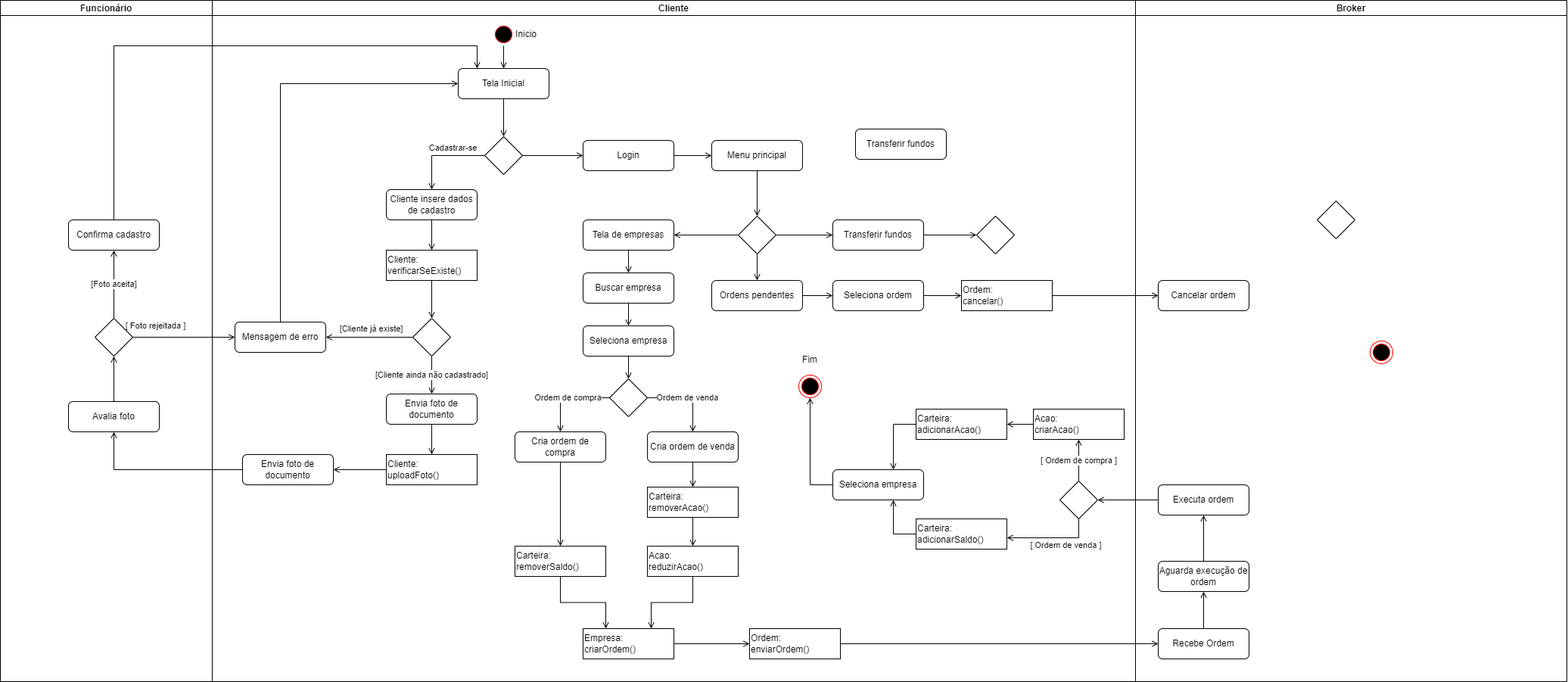
Earlier version of the draw.io export DiagramaAtividades.drawio.png (EijiDogen/FEI_MDSMarket). Source tidied: cells renumbered, new cells last; positions are measured from the earlier drawing's top-left corner, leaving out a move shared by most shapes.
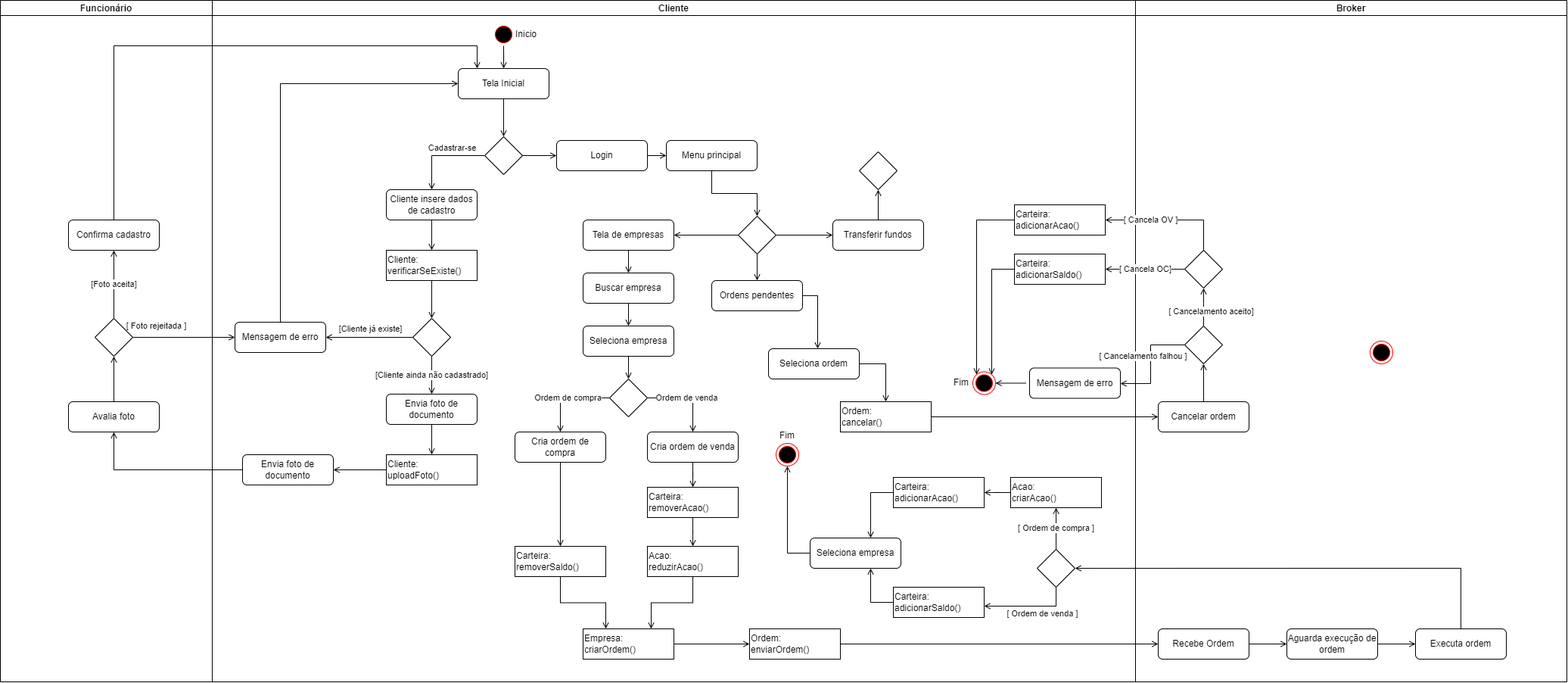
The same diagram one commit later.

What changed in the source:
```diff
@@ -28,7 +28,7 @@
       <mxGeometry x="650" y="30" width="30" height="30" as="geometry" />
     </mxCell>
     <mxCell id="11" style="ellipse;html=1;shape=endState;fillColor=#000000;strokeColor=#ff0000;" parent="8" vertex="1">
-      <mxGeometry x="1055" y="495" width="30" height="30" as="geometry" />
+      <mxGeometry x="1025" y="585" width="30" height="30" as="geometry" />
     </mxCell>
     <mxCell id="12" style="edgeStyle=orthogonalEdgeStyle;rounded=0;jettySize=auto;html=1;endArrow=open;endFill=0;" parent="8" edge="1" source="13" target="25">
       <mxGeometry relative="1" as="geometry" />
@@ -61,7 +61,7 @@
       <mxGeometry relative="1" as="geometry" />
     </mxCell>
     <mxCell id="22" value="Login" style="rounded=1;whiteSpace=wrap;html=1;" parent="8" vertex="1">
-      <mxGeometry x="770" y="185" width="120" height="40" as="geometry" />
+      <mxGeometry x="735" y="185" width="120" height="40" as="geometry" />
     </mxCell>
     <mxCell id="23" value="[Cliente já existe]" style="edgeStyle=orthogonalEdgeStyle;rounded=0;jettySize=auto;html=1;endArrow=open;endFill=0;" parent="8" edge="1" source="25" target="27">
       <mxGeometry x="-0.03" y="-11" relative="1" as="geometry" />
@@ -133,7 +133,7 @@
       <mxGeometry relative="1" as="geometry" />
     </mxCell>
     <mxCell id="43" value="Menu principal" style="rounded=1;whiteSpace=wrap;html=1;" parent="8" vertex="1">
-      <mxGeometry x="940" y="185" width="120" height="40" as="geometry" />
+      <mxGeometry x="880" y="185" width="120" height="40" as="geometry" />
     </mxCell>
     <mxCell id="44" style="edgeStyle=orthogonalEdgeStyle;rounded=0;jettySize=auto;html=1;endArrow=open;endFill=0;" parent="8" edge="1" source="45" target="47">
       <mxGeometry relative="1" as="geometry" />
@@ -218,41 +218,71 @@
     <mxCell id="68" value="Acao:&lt;br&gt;reduzirAcao()" style="rounded=0;whiteSpace=wrap;html=1;align=left;" parent="8" vertex="1">
       <mxGeometry x="855" y="721" width="120" height="40" as="geometry" />
     </mxCell>
+    <mxCell id="99" value="[ Cancelamento falhou ]" style="edgeStyle=orthogonalEdgeStyle;rounded=0;jettySize=auto;html=1;endArrow=open;endFill=0;" parent="8" edge="1" source="69" target="103">
+      <mxGeometry x="-0.12" y="-10" relative="1" as="geometry">
+        <Array as="points">
+          <mxPoint x="1520" y="455" />
+          <mxPoint x="1520" y="506" />
+        </Array>
+      </mxGeometry>
+    </mxCell>
+    <mxCell id="100" value="[ Cancelamento aceito]" style="edgeStyle=orthogonalEdgeStyle;rounded=0;jettySize=auto;html=1;endArrow=open;endFill=0;" parent="8" edge="1" source="69" target="108">
+      <mxGeometry x="-0.23" y="-10" relative="1" as="geometry">
+        <Array as="points">
+          <mxPoint x="1590" y="400" />
+        </Array>
+      </mxGeometry>
+    </mxCell>
     <mxCell id="69" style="rhombus;whiteSpace=wrap;html=1;" parent="8" vertex="1">
-      <mxGeometry x="1740" y="265" width="50" height="50" as="geometry" />
+      <mxGeometry x="1565" y="430" width="50" height="50" as="geometry" />
     </mxCell>
     <mxCell id="70" style="edgeStyle=orthogonalEdgeStyle;rounded=0;jettySize=auto;html=1;endArrow=open;endFill=0;" parent="8" edge="1" source="71" target="73">
       <mxGeometry relative="1" as="geometry" />
     </mxCell>
     <mxCell id="71" value="Aguarda execução de ordem" style="rounded=1;whiteSpace=wrap;html=1;" parent="8" vertex="1">
-      <mxGeometry x="1530" y="741" width="120" height="40" as="geometry" />
+      <mxGeometry x="1700" y="830" width="120" height="40" as="geometry" />
     </mxCell>
-    <mxCell id="72" style="edgeStyle=orthogonalEdgeStyle;rounded=0;jettySize=auto;html=1;endArrow=open;endFill=0;" parent="8" edge="1" source="73" target="86">
-      <mxGeometry relative="1" as="geometry" />
+    <mxCell id="72" style="edgeStyle=orthogonalEdgeStyle;rounded=0;jettySize=auto;html=1;endArrow=open;endFill=0;entryX=1;entryY=0.5;entryDx=0;entryDy=0;" parent="8" edge="1" source="73" target="86">
+      <mxGeometry relative="1" as="geometry">
+        <Array as="points">
+          <mxPoint x="1930" y="750" />
+        </Array>
+      </mxGeometry>
     </mxCell>
     <mxCell id="73" value="Executa ordem" style="rounded=1;whiteSpace=wrap;html=1;" parent="8" vertex="1">
-      <mxGeometry x="1530" y="640" width="120" height="40" as="geometry" />
+      <mxGeometry x="1870" y="830" width="120" height="40" as="geometry" />
     </mxCell>
     <mxCell id="74" style="edgeStyle=orthogonalEdgeStyle;rounded=0;jettySize=auto;html=1;endArrow=open;endFill=0;" parent="8" edge="1" source="75" target="77">
-      <mxGeometry relative="1" as="geometry" />
+      <mxGeometry relative="1" as="geometry">
+        <Array as="points">
+          <mxPoint x="1080" y="390" />
+        </Array>
+      </mxGeometry>
     </mxCell>
     <mxCell id="75" value="Ordens pendentes" style="rounded=1;whiteSpace=wrap;html=1;" parent="8" vertex="1">
       <mxGeometry x="940" y="370" width="120" height="40" as="geometry" />
     </mxCell>
     <mxCell id="76" style="edgeStyle=orthogonalEdgeStyle;rounded=0;jettySize=auto;html=1;endArrow=open;endFill=0;" parent="8" edge="1" source="77" target="79">
-      <mxGeometry relative="1" as="geometry" />
+      <mxGeometry relative="1" as="geometry">
+        <Array as="points">
+          <mxPoint x="1170" y="480" />
+        </Array>
+      </mxGeometry>
     </mxCell>
     <mxCell id="77" value="Seleciona ordem" style="rounded=1;whiteSpace=wrap;html=1;" parent="8" vertex="1">
-      <mxGeometry x="1100" y="370" width="120" height="40" as="geometry" />
+      <mxGeometry x="1015" y="460" width="120" height="40" as="geometry" />
     </mxCell>
     <mxCell id="78" style="edgeStyle=orthogonalEdgeStyle;rounded=0;jettySize=auto;html=1;endArrow=open;endFill=0;" parent="8" edge="1" source="79" target="80">
       <mxGeometry relative="1" as="geometry" />
     </mxCell>
     <mxCell id="79" value="Ordem:&lt;br&gt;cancelar()" style="rounded=0;whiteSpace=wrap;html=1;align=left;" parent="8" vertex="1">
-      <mxGeometry x="1270" y="370" width="120" height="40" as="geometry" />
+      <mxGeometry x="1110" y="530" width="120" height="40" as="geometry" />
     </mxCell>
+    <mxCell id="101" style="edgeStyle=orthogonalEdgeStyle;rounded=0;jettySize=auto;html=1;endArrow=open;endFill=0;" parent="8" edge="1" source="80" target="69">
+      <mxGeometry relative="1" as="geometry" />
+    </mxCell>
     <mxCell id="80" value="Cancelar ordem" style="rounded=1;whiteSpace=wrap;html=1;" parent="8" vertex="1">
-      <mxGeometry x="1530" y="370" width="120" height="40" as="geometry" />
+      <mxGeometry x="1530" y="530" width="120" height="40" as="geometry" />
     </mxCell>
     <mxCell id="81" style="ellipse;html=1;shape=endState;fillColor=#000000;strokeColor=#ff0000;" parent="8" vertex="1">
       <mxGeometry x="1810" y="450" width="30" height="30" as="geometry" />
@@ -260,55 +290,60 @@
     <mxCell id="82" style="edgeStyle=orthogonalEdgeStyle;rounded=0;jettySize=auto;html=1;endArrow=open;endFill=0;" parent="8" edge="1" source="83" target="11">
       <mxGeometry relative="1" as="geometry">
         <Array as="points">
-          <mxPoint x="1070" y="640" />
-          <mxPoint x="1070" y="510" />
+          <mxPoint x="1040" y="730" />
+          <mxPoint x="1040" y="600" />
         </Array>
       </mxGeometry>
     </mxCell>
     <mxCell id="83" value="Seleciona empresa" style="rounded=1;whiteSpace=wrap;html=1;" parent="8" vertex="1">
-      <mxGeometry x="1100" y="620" width="120" height="40" as="geometry" />
+      <mxGeometry x="1070" y="710" width="120" height="40" as="geometry" />
     </mxCell>
     <mxCell id="84" value="[ Ordem de compra ]" style="edgeStyle=orthogonalEdgeStyle;rounded=0;jettySize=auto;html=1;endArrow=open;endFill=0;" parent="8" edge="1" source="86" target="88">
-      <mxGeometry relative="1" as="geometry" />
+      <mxGeometry relative="1" as="geometry">
+        <Array as="points">
+          <mxPoint x="1395" y="720" />
+          <mxPoint x="1395" y="720" />
+        </Array>
+      </mxGeometry>
     </mxCell>
     <mxCell id="85" value="[ Ordem de venda ]" style="edgeStyle=orthogonalEdgeStyle;rounded=0;jettySize=auto;html=1;endArrow=open;endFill=0;" parent="8" edge="1" source="86" target="92">
       <mxGeometry x="-0.27" y="10" relative="1" as="geometry">
         <Array as="points">
-          <mxPoint x="1425" y="710" />
+          <mxPoint x="1395" y="800" />
         </Array>
       </mxGeometry>
     </mxCell>
     <mxCell id="86" style="rhombus;whiteSpace=wrap;html=1;" parent="8" vertex="1">
-      <mxGeometry x="1400" y="635" width="50" height="50" as="geometry" />
+      <mxGeometry x="1370" y="725" width="50" height="50" as="geometry" />
     </mxCell>
     <mxCell id="87" style="edgeStyle=orthogonalEdgeStyle;rounded=0;jettySize=auto;html=1;endArrow=open;endFill=0;" parent="8" edge="1" source="88" target="90">
       <mxGeometry relative="1" as="geometry" />
     </mxCell>
     <mxCell id="88" value="Acao:&lt;br&gt;criarAcao()" style="rounded=0;whiteSpace=wrap;html=1;align=left;" parent="8" vertex="1">
-      <mxGeometry x="1365" y="540" width="120" height="40" as="geometry" />
+      <mxGeometry x="1335" y="630" width="120" height="40" as="geometry" />
     </mxCell>
     <mxCell id="89" style="edgeStyle=orthogonalEdgeStyle;rounded=0;jettySize=auto;html=1;endArrow=open;endFill=0;" parent="8" edge="1" source="90" target="83">
       <mxGeometry relative="1" as="geometry">
         <Array as="points">
-          <mxPoint x="1180" y="560" />
+          <mxPoint x="1150" y="650" />
         </Array>
       </mxGeometry>
     </mxCell>
     <mxCell id="90" value="Carteira:&lt;br&gt;adicionarAcao()" style="rounded=0;whiteSpace=wrap;html=1;align=left;" parent="8" vertex="1">
-      <mxGeometry x="1210" y="540" width="120" height="40" as="geometry" />
+      <mxGeometry x="1180" y="630" width="120" height="40" as="geometry" />
     </mxCell>
     <mxCell id="91" style="edgeStyle=orthogonalEdgeStyle;rounded=0;jettySize=auto;html=1;endArrow=open;endFill=0;" parent="8" edge="1" source="92" target="83">
       <mxGeometry relative="1" as="geometry">
         <Array as="points">
-          <mxPoint x="1180" y="705" />
+          <mxPoint x="1150" y="795" />
         </Array>
       </mxGeometry>
     </mxCell>
     <mxCell id="92" value="Carteira:&lt;br&gt;adicionarSaldo()" style="rounded=0;whiteSpace=wrap;html=1;align=left;" parent="8" vertex="1">
-      <mxGeometry x="1210" y="685" width="120" height="40" as="geometry" />
+      <mxGeometry x="1180" y="775" width="120" height="40" as="geometry" />
     </mxCell>
     <mxCell id="93" value="Fim" style="text;html=1;strokeColor=none;fillColor=none;align=center;verticalAlign=middle;whiteSpace=wrap;rounded=0;" parent="8" vertex="1">
-      <mxGeometry x="1040" y="460" width="60" height="30" as="geometry" />
+      <mxGeometry x="1010" y="560" width="60" height="30" as="geometry" />
     </mxCell>
     <mxCell id="94" value="Inicio" style="text;html=1;strokeColor=none;fillColor=none;align=center;verticalAlign=middle;whiteSpace=wrap;rounded=0;" parent="8" vertex="1">
       <mxGeometry x="665" y="30" width="60" height="30" as="geometry" />
@@ -320,10 +355,54 @@
       <mxGeometry x="1100" y="290" width="120" height="40" as="geometry" />
     </mxCell>
     <mxCell id="97" style="rhombus;whiteSpace=wrap;html=1;" parent="8" vertex="1">
-      <mxGeometry x="1290" y="285" width="50" height="50" as="geometry" />
+      <mxGeometry x="1135" y="200" width="50" height="50" as="geometry" />
     </mxCell>
-    <mxCell id="98" value="Transferir fundos" style="rounded=1;whiteSpace=wrap;html=1;" parent="8" vertex="1">
-      <mxGeometry x="1130" y="170" width="120" height="40" as="geometry" />
-    </mxCell>
+    <mxCell id="102" style="edgeStyle=orthogonalEdgeStyle;rounded=0;jettySize=auto;html=1;endArrow=open;endFill=0;" parent="8" edge="1" target="104">
+      <mxGeometry relative="1" as="geometry">
+        <mxPoint x="1355" y="505.5" as="sourcePoint" />
+      </mxGeometry>
+    </mxCell>
+    <mxCell id="103" value="Mensagem de erro" style="rounded=1;whiteSpace=wrap;html=1;" parent="8" vertex="1">
+      <mxGeometry x="1360" y="485.5" width="120" height="40" as="geometry" />
+    </mxCell>
+    <mxCell id="104" style="ellipse;html=1;shape=endState;fillColor=#000000;strokeColor=#ff0000;" parent="8" vertex="1">
+      <mxGeometry x="1285" y="490.5" width="30" height="30" as="geometry" />
+    </mxCell>
+    <mxCell id="105" value="Fim" style="text;html=1;strokeColor=none;fillColor=none;align=center;verticalAlign=middle;whiteSpace=wrap;rounded=0;" parent="8" vertex="1">
+      <mxGeometry x="1240" y="490" width="60" height="30" as="geometry" />
+    </mxCell>
+    <mxCell id="106" value="[ Cancela OV ]" style="edgeStyle=orthogonalEdgeStyle;rounded=0;jettySize=auto;html=1;endArrow=open;endFill=0;" parent="8" edge="1" source="108" target="112">
+      <mxGeometry x="0.29" relative="1" as="geometry">
+        <Array as="points">
+          <mxPoint x="1590" y="290" />
+        </Array>
+      </mxGeometry>
+    </mxCell>
+    <mxCell id="107" value="[ Cancela OC]" style="edgeStyle=orthogonalEdgeStyle;rounded=0;jettySize=auto;html=1;endArrow=open;endFill=0;" parent="8" edge="1" source="108" target="110">
+      <mxGeometry relative="1" as="geometry" />
+    </mxCell>
+    <mxCell id="108" style="rhombus;whiteSpace=wrap;html=1;" parent="8" vertex="1">
+      <mxGeometry x="1565" y="330" width="50" height="50" as="geometry" />
+    </mxCell>
+    <mxCell id="109" style="edgeStyle=orthogonalEdgeStyle;rounded=0;jettySize=auto;html=1;endArrow=open;endFill=0;" parent="8" edge="1" source="110" target="104">
+      <mxGeometry relative="1" as="geometry">
+        <Array as="points">
+          <mxPoint x="1310" y="355" />
+        </Array>
+      </mxGeometry>
+    </mxCell>
+    <mxCell id="110" value="Carteira:&lt;br&gt;adicionarSaldo()" style="rounded=0;whiteSpace=wrap;html=1;align=left;" parent="8" vertex="1">
+      <mxGeometry x="1340" y="335" width="120" height="40" as="geometry" />
+    </mxCell>
+    <mxCell id="111" style="edgeStyle=orthogonalEdgeStyle;rounded=0;jettySize=auto;html=1;endArrow=open;endFill=0;" parent="8" edge="1" source="112" target="104">
+      <mxGeometry relative="1" as="geometry">
+        <Array as="points">
+          <mxPoint x="1290" y="290" />
+        </Array>
+      </mxGeometry>
+    </mxCell>
+    <mxCell id="112" value="Carteira:&lt;br&gt;adicionarAcao()" style="rounded=0;whiteSpace=wrap;html=1;align=left;" parent="8" vertex="1">
+      <mxGeometry x="1340" y="270" width="120" height="40" as="geometry" />
+    </mxCell>
   </root>
 </mxGraphModel>
```
